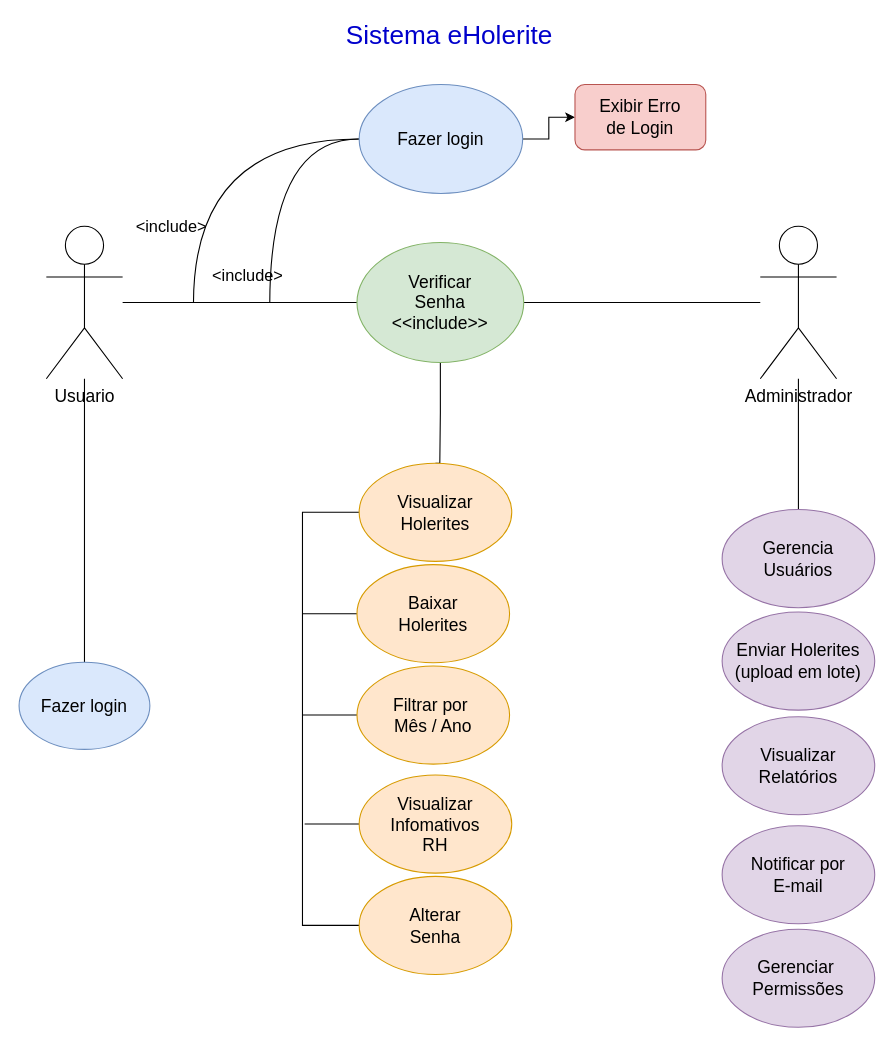
Earlier version of the draw.io diagram documentos/assets/diagrama-casos-de-uso.drawio (v4gn32/tecsolutions). Source tidied: cells renumbered, new cells numbered last; positions are measured from the earlier drawing's top-left corner, leaving out a move shared by most shapes. Both pictures are drawn from the tidied source at 109%, with x=0, y=0 at pixel (19, 19).
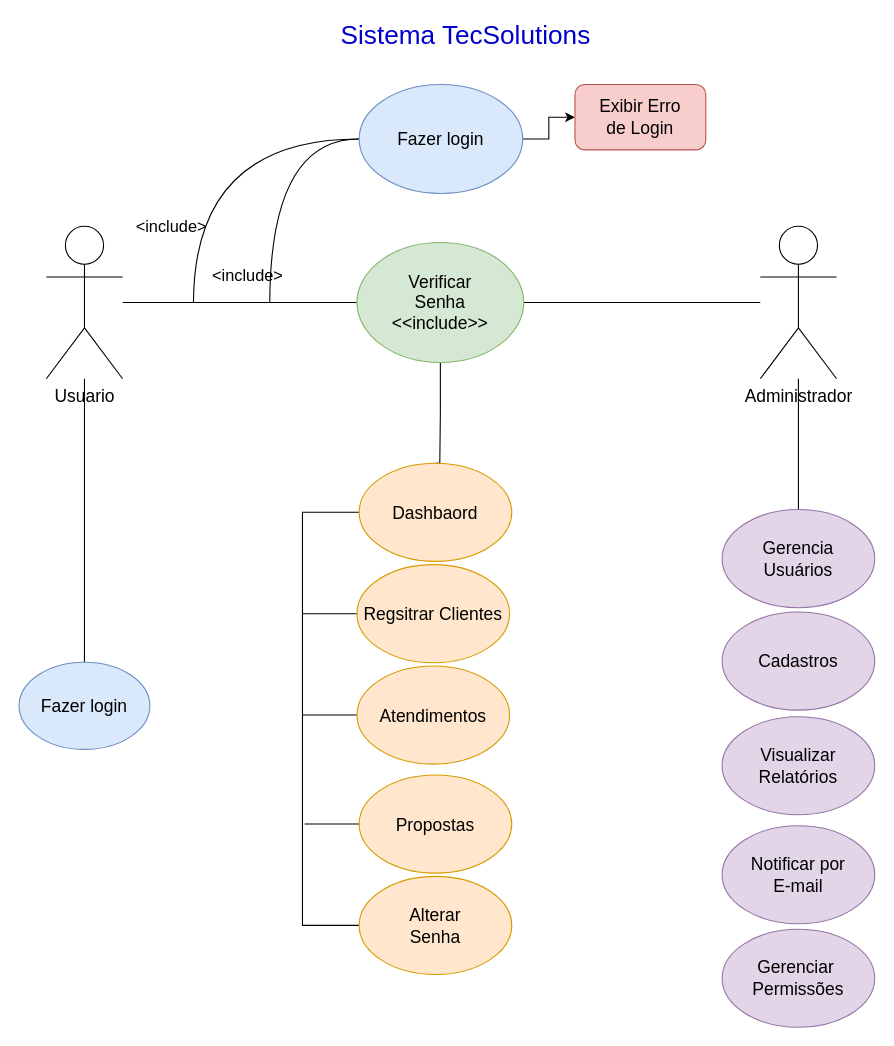
The same diagram, later.

Change to the diagram source:
```diff
@@
-    <mxCell id="5" value="Sistema eHolerite" style="text;html=1;align=center;verticalAlign=middle;whiteSpace=wrap;rounded=0;fontSize=24;fontColor=#0000CC;" parent="1" vertex="1">
-      <mxGeometry x="280" width="230" height="30" as="geometry" />
+    <mxCell id="5" value="Sistema TecSolutions" style="text;html=1;align=center;verticalAlign=middle;whiteSpace=wrap;rounded=0;fontSize=24;fontColor=#0000CC;" parent="1" vertex="1">
+      <mxGeometry x="280" width="260" height="30" as="geometry" />
     </mxCell>
@@
-    <mxCell id="19" value="Visualizar&lt;div&gt;Holerites&lt;/div&gt;" style="ellipse;whiteSpace=wrap;html=1;fontSize=16;fillColor=#ffe6cc;strokeColor=#d79b00;" parent="1" vertex="1">
+    <mxCell id="19" value="Dashbaord" style="ellipse;whiteSpace=wrap;html=1;fontSize=16;fillColor=#ffe6cc;strokeColor=#d79b00;" parent="1" vertex="1">
       <mxGeometry x="312" y="407.5" width="140" height="90" as="geometry" />
     </mxCell>
@@
-    <mxCell id="21" value="Baixar&lt;div&gt;Holerites&lt;/div&gt;" style="ellipse;whiteSpace=wrap;html=1;fontSize=16;fillColor=#ffe6cc;strokeColor=#d79b00;" parent="1" vertex="1">
+    <mxCell id="21" value="Regsitrar Clientes" style="ellipse;whiteSpace=wrap;html=1;fontSize=16;fillColor=#ffe6cc;strokeColor=#d79b00;" parent="1" vertex="1">
       <mxGeometry x="310" y="500.5" width="140" height="90" as="geometry" />
     </mxCell>
@@
-    <mxCell id="23" value="Filtrar por&amp;nbsp;&lt;div&gt;Mês / Ano&lt;/div&gt;" style="ellipse;whiteSpace=wrap;html=1;fontSize=16;fillColor=#ffe6cc;strokeColor=#d79b00;" parent="1" vertex="1">
+    <mxCell id="23" value="Atendimentos" style="ellipse;whiteSpace=wrap;html=1;fontSize=16;fillColor=#ffe6cc;strokeColor=#d79b00;" parent="1" vertex="1">
       <mxGeometry x="310" y="593.5" width="140" height="90" as="geometry" />
     </mxCell>
@@
-    <mxCell id="25" value="Visualizar&lt;div&gt;Infomativos&lt;/div&gt;&lt;div&gt;RH&lt;/div&gt;" style="ellipse;whiteSpace=wrap;html=1;fontSize=16;fillColor=#ffe6cc;strokeColor=#d79b00;" parent="1" vertex="1">
+    <mxCell id="25" value="Propostas" style="ellipse;whiteSpace=wrap;html=1;fontSize=16;fillColor=#ffe6cc;strokeColor=#d79b00;" parent="1" vertex="1">
       <mxGeometry x="312" y="693.5" width="140" height="90" as="geometry" />
     </mxCell>
@@
-    <mxCell id="28" value="Enviar Holerites&lt;div&gt;(upload em lote)&lt;/div&gt;" style="ellipse;whiteSpace=wrap;html=1;fontSize=16;fillColor=#e1d5e7;strokeColor=#9673a6;" parent="1" vertex="1">
+    <mxCell id="28" value="Cadastros" style="ellipse;whiteSpace=wrap;html=1;fontSize=16;fillColor=#e1d5e7;strokeColor=#9673a6;" parent="1" vertex="1">
       <mxGeometry x="645" y="544" width="140" height="90" as="geometry" />
     </mxCell>
```
